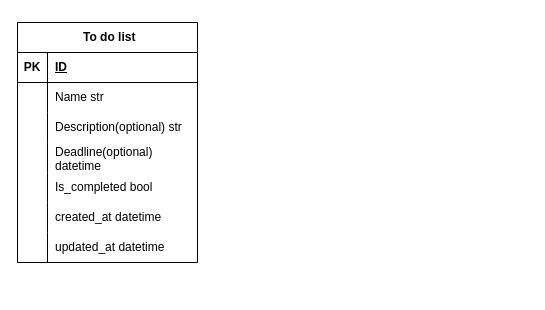
The draw.io diagram Todo_list_app.drawio in lexynovicecoder/Todo_list_app, before the edit. Source tidied: cells renumbered, new cells numbered last; positions are measured from the earlier drawing's top-left corner, leaving out a move shared by most shapes. Both pictures are drawn from the tidied source at 100%, with x=0, y=0 at pixel (17, 22).
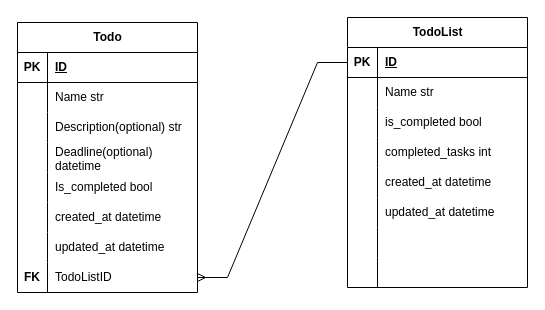
Above is the later version.

Commit message (it also covers changes not shown here):
created todoList entity, created another file for todolist routers, created folder for routers and trying to connect todolist table to todo table

Diff of the diagram source:
```diff
@@
-    <mxCell id="2" value="&amp;nbsp;To do list" style="shape=table;startSize=30;childLayout=tableLayout;rowLines=0;fontStyle=1;align=center;html=1;" parent="1" vertex="1">
-      <mxGeometry width="180" height="240" as="geometry" />
+    <mxCell id="2" value="Todo" style="shape=table;startSize=30;childLayout=tableLayout;rowLines=0;fontStyle=1;align=center;html=1;" parent="1" vertex="1">
+      <mxGeometry width="180" height="270" as="geometry" />
     </mxCell>
@@
+    <mxCell id="24" style="shape=tableRow;horizontal=0;startSize=0;swimlaneHead=0;swimlaneBody=0;fillColor=none;points=[[0,0.5],[1,0.5]];portConstraint=eastwest;top=0;left=0;right=0;bottom=0;" parent="2" vertex="1">
+      <mxGeometry y="240" width="180" height="30" as="geometry" />
+    </mxCell>
+    <mxCell id="25" value="&lt;b&gt;FK&lt;/b&gt;" style="shape=partialRectangle;fillColor=none;top=0;left=0;bottom=0;right=0;overflow=hidden;whiteSpace=wrap;html=1;" parent="24" vertex="1">
+      <mxGeometry width="30" height="30" as="geometry" />
+    </mxCell>
+    <mxCell id="26" value="TodoListID" style="shape=partialRectangle;fillColor=none;top=0;left=0;bottom=0;right=0;align=left;spacingLeft=6;overflow=hidden;whiteSpace=wrap;html=1;" parent="24" vertex="1">
+      <mxGeometry x="30" width="150" height="30" as="geometry" />
+    </mxCell>
+    <mxCell id="27" value="TodoList" style="shape=table;startSize=30;childLayout=tableLayout;rowLines=0;fontStyle=1;align=center;html=1;" parent="1" vertex="1">
+      <mxGeometry x="330" y="-5" width="180" height="270" as="geometry" />
+    </mxCell>
+    <mxCell id="28" style="shape=tableRow;horizontal=0;startSize=0;swimlaneHead=0;swimlaneBody=0;fillColor=none;points=[[0,0.5],[1,0.5]];portConstraint=eastwest;top=0;left=0;right=0;bottom=1;" parent="27" vertex="1">
+      <mxGeometry y="30" width="180" height="30" as="geometry" />
+    </mxCell>
+    <mxCell id="29" value="PK" style="shape=partialRectangle;fillColor=none;top=0;left=0;bottom=0;right=0;fontStyle=1;overflow=hidden;whiteSpace=wrap;html=1;" parent="28" vertex="1">
+      <mxGeometry width="30" height="30" as="geometry" />
+    </mxCell>
+    <mxCell id="30" value="ID" style="shape=partialRectangle;fillColor=none;top=0;left=0;bottom=0;right=0;align=left;spacingLeft=6;fontStyle=5;overflow=hidden;whiteSpace=wrap;html=1;" parent="28" vertex="1">
+      <mxGeometry x="30" width="150" height="30" as="geometry" />
+    </mxCell>
+    <mxCell id="31" style="shape=tableRow;horizontal=0;startSize=0;swimlaneHead=0;swimlaneBody=0;fillColor=none;top=0;left=0;right=0;bottom=0;" parent="27" vertex="1">
+      <mxGeometry y="60" width="180" height="30" as="geometry" />
+    </mxCell>
+    <mxCell id="32" style="shape=partialRectangle;fillColor=none;top=0;left=0;bottom=0;right=0;overflow=hidden;whiteSpace=wrap;html=1;" parent="31" vertex="1">
+      <mxGeometry width="30" height="30" as="geometry" />
+    </mxCell>
+    <mxCell id="33" value="Name str" style="shape=partialRectangle;fillColor=none;top=0;left=0;bottom=0;right=0;align=left;spacingLeft=6;overflow=hidden;whiteSpace=wrap;html=1;" parent="31" vertex="1">
+      <mxGeometry x="30" width="150" height="30" as="geometry" />
+    </mxCell>
+    <mxCell id="34" style="shape=tableRow;horizontal=0;startSize=0;swimlaneHead=0;swimlaneBody=0;fillColor=none;top=0;left=0;right=0;bottom=0;" parent="27" vertex="1">
+      <mxGeometry y="90" width="180" height="30" as="geometry" />
+    </mxCell>
+    <mxCell id="35" style="shape=partialRectangle;fillColor=none;top=0;left=0;bottom=0;right=0;overflow=hidden;whiteSpace=wrap;html=1;" parent="34" vertex="1">
+      <mxGeometry width="30" height="30" as="geometry" />
+    </mxCell>
+    <mxCell id="36" value="is_completed bool" style="shape=partialRectangle;fillColor=none;top=0;left=0;bottom=0;right=0;align=left;spacingLeft=6;overflow=hidden;whiteSpace=wrap;html=1;" parent="34" vertex="1">
+      <mxGeometry x="30" width="150" height="30" as="geometry" />
+    </mxCell>
+    <mxCell id="37" style="shape=tableRow;horizontal=0;startSize=0;swimlaneHead=0;swimlaneBody=0;fillColor=none;top=0;left=0;right=0;bottom=0;" parent="27" vertex="1">
+      <mxGeometry y="120" width="180" height="30" as="geometry" />
+    </mxCell>
+    <mxCell id="38" style="shape=partialRectangle;fillColor=none;top=0;left=0;bottom=0;right=0;overflow=hidden;whiteSpace=wrap;html=1;" parent="37" vertex="1">
+      <mxGeometry width="30" height="30" as="geometry" />
+    </mxCell>
+    <mxCell id="39" value="completed_tasks int" style="shape=partialRectangle;fillColor=none;top=0;left=0;bottom=0;right=0;align=left;spacingLeft=6;overflow=hidden;whiteSpace=wrap;html=1;" parent="37" vertex="1">
+      <mxGeometry x="30" width="150" height="30" as="geometry" />
+    </mxCell>
+    <mxCell id="40" style="shape=tableRow;horizontal=0;startSize=0;swimlaneHead=0;swimlaneBody=0;fillColor=none;top=0;left=0;right=0;bottom=0;" parent="27" vertex="1">
+      <mxGeometry y="150" width="180" height="30" as="geometry" />
+    </mxCell>
+    <mxCell id="41" style="shape=partialRectangle;fillColor=none;top=0;left=0;bottom=0;right=0;overflow=hidden;whiteSpace=wrap;html=1;" parent="40" vertex="1">
+      <mxGeometry width="30" height="30" as="geometry" />
+    </mxCell>
+    <mxCell id="42" value="created_at datetime" style="shape=partialRectangle;fillColor=none;top=0;left=0;bottom=0;right=0;align=left;spacingLeft=6;overflow=hidden;whiteSpace=wrap;html=1;" parent="40" vertex="1">
+      <mxGeometry x="30" width="150" height="30" as="geometry" />
+    </mxCell>
+    <mxCell id="43" style="shape=tableRow;horizontal=0;startSize=0;swimlaneHead=0;swimlaneBody=0;fillColor=none;top=0;left=0;right=0;bottom=0;" parent="27" vertex="1">
+      <mxGeometry y="180" width="180" height="30" as="geometry" />
+    </mxCell>
+    <mxCell id="44" style="shape=partialRectangle;fillColor=none;top=0;left=0;bottom=0;right=0;overflow=hidden;whiteSpace=wrap;html=1;" parent="43" vertex="1">
+      <mxGeometry width="30" height="30" as="geometry" />
+    </mxCell>
+    <mxCell id="45" value="updated_at datetime" style="shape=partialRectangle;fillColor=none;top=0;left=0;bottom=0;right=0;align=left;spacingLeft=6;overflow=hidden;whiteSpace=wrap;html=1;" parent="43" vertex="1">
+      <mxGeometry x="30" width="150" height="30" as="geometry" />
+    </mxCell>
+    <mxCell id="46" style="shape=tableRow;horizontal=0;startSize=0;swimlaneHead=0;swimlaneBody=0;fillColor=none;top=0;left=0;right=0;bottom=0;" parent="27" vertex="1">
+      <mxGeometry y="210" width="180" height="30" as="geometry" />
+    </mxCell>
+    <mxCell id="47" style="shape=partialRectangle;fillColor=none;top=0;left=0;bottom=0;right=0;overflow=hidden;whiteSpace=wrap;html=1;" parent="46" vertex="1">
+      <mxGeometry width="30" height="30" as="geometry" />
+    </mxCell>
+    <mxCell id="48" style="shape=partialRectangle;fillColor=none;top=0;left=0;bottom=0;right=0;align=left;spacingLeft=6;overflow=hidden;whiteSpace=wrap;html=1;" parent="46" vertex="1">
+      <mxGeometry x="30" width="150" height="30" as="geometry" />
+    </mxCell>
+    <mxCell id="49" style="shape=tableRow;horizontal=0;startSize=0;swimlaneHead=0;swimlaneBody=0;fillColor=none;top=0;left=0;right=0;bottom=0;" parent="27" vertex="1">
+      <mxGeometry y="240" width="180" height="30" as="geometry" />
+    </mxCell>
+    <mxCell id="50" style="shape=partialRectangle;fillColor=none;top=0;left=0;bottom=0;right=0;overflow=hidden;whiteSpace=wrap;html=1;" parent="49" vertex="1">
+      <mxGeometry width="30" height="30" as="geometry" />
+    </mxCell>
+    <mxCell id="51" style="shape=partialRectangle;fillColor=none;top=0;left=0;bottom=0;right=0;align=left;spacingLeft=6;overflow=hidden;whiteSpace=wrap;html=1;" parent="49" vertex="1">
+      <mxGeometry x="30" width="150" height="30" as="geometry" />
+    </mxCell>
+    <mxCell id="52" style="edgeStyle=entityRelationEdgeStyle;fontSize=12;html=1;endArrow=ERmany;rounded=0;entryX=1;entryY=0.5;entryDx=0;entryDy=0;" parent="1" edge="1" source="28" target="24">
+      <mxGeometry relative="1" as="geometry" />
+    </mxCell>
```
